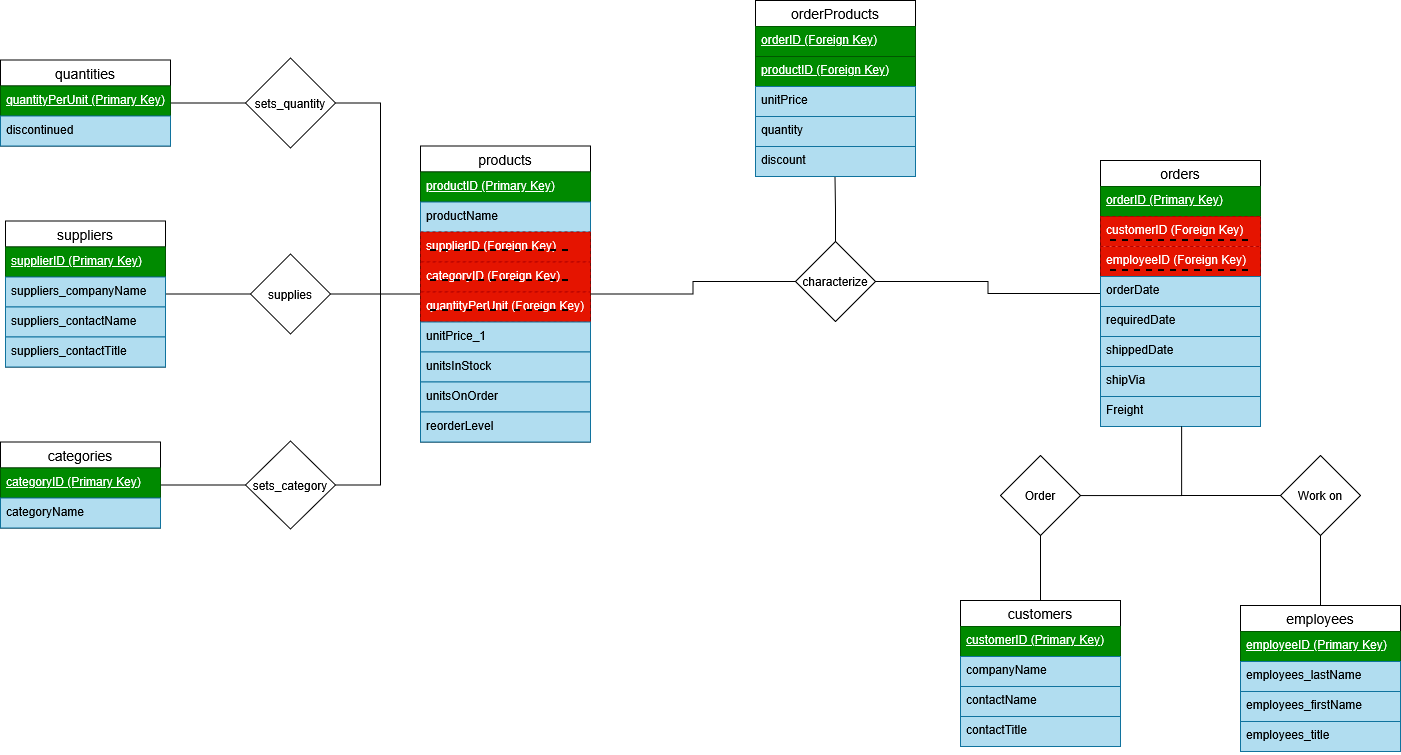
This is db_ERDiagram (Phase 3).png from PedroMarcetFIT/CSE4020-Final-Project, a draw.io export, as it was before one commit. Source tidied: cells renumbered, new cells last; positions are measured from the earlier drawing's top-left corner, leaving out a move shared by most shapes.
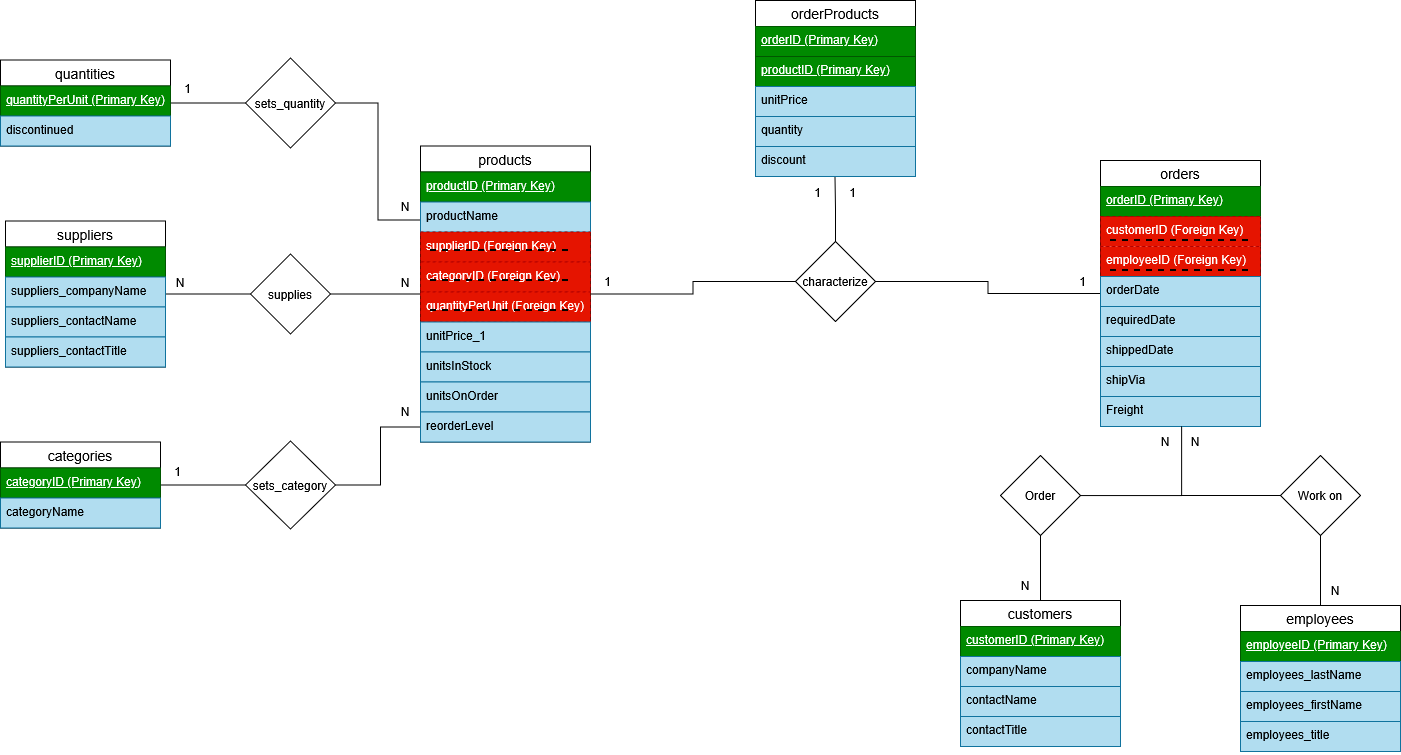
After the change.

Commit message:
Fixed ER Diagram typo and added cardinalities

What changed in the source:
```diff
@@ -5,10 +5,10 @@
     <mxCell id="2" value="orderProducts" style="swimlane;fontStyle=0;horizontal=1;startSize=26;align=center;fontSize=14;" parent="1" vertex="1">
       <mxGeometry x="755" width="160" height="176" as="geometry" />
     </mxCell>
-    <mxCell id="3" value="orderID (Foreign Key)" style="text;spacingLeft=4;spacingRight=4;overflow=hidden;fontSize=12;whiteSpace=wrap;html=1;fillColor=#008a00;fontColor=#ffffff;strokeColor=#005700;fontStyle=4;" parent="2" vertex="1">
+    <mxCell id="3" value="orderID (Primary Key)" style="text;spacingLeft=4;spacingRight=4;overflow=hidden;fontSize=12;whiteSpace=wrap;html=1;fillColor=#008a00;fontColor=#ffffff;strokeColor=#005700;fontStyle=4;" parent="2" vertex="1">
       <mxGeometry y="26" width="160" height="30" as="geometry" />
     </mxCell>
-    <mxCell id="4" value="productID (Foreign Key)" style="text;strokeColor=#005700;fillColor=#008a00;spacingLeft=4;spacingRight=4;overflow=hidden;fontSize=12;whiteSpace=wrap;html=1;fontColor=#ffffff;fontStyle=4;" parent="2" vertex="1">
+    <mxCell id="4" value="productID (Primary Key)" style="text;strokeColor=#005700;fillColor=#008a00;spacingLeft=4;spacingRight=4;overflow=hidden;fontSize=12;whiteSpace=wrap;html=1;fontColor=#ffffff;fontStyle=4;" parent="2" vertex="1">
       <mxGeometry y="56" width="160" height="30" as="geometry" />
     </mxCell>
     <mxCell id="5" value="unitPrice" style="text;fillColor=light-dark(#B1DDF0,#FFFFFF);spacingLeft=4;spacingRight=4;overflow=hidden;fontSize=12;whiteSpace=wrap;html=1;strokeColor=#10739e;fontColor=light-dark(#000000,#000000);" parent="2" vertex="1">
@@ -214,10 +214,8 @@
     <mxCell id="66" value="Work on" style="rhombus;whiteSpace=wrap;html=1;fillColor=light-dark(#FFFFFF,#FFFFFF);fontColor=light-dark(#000000,#000000);" parent="1" vertex="1">
       <mxGeometry x="1280" y="455" width="80" height="80" as="geometry" />
     </mxCell>
-    <mxCell id="67" style="edgeStyle=orthogonalEdgeStyle;rounded=0;jettySize=auto;html=1;endArrow=none;endFill=0;" parent="1" edge="1" source="68">
-      <mxGeometry relative="1" as="geometry">
-        <mxPoint x="380" y="295.5" as="targetPoint" />
-      </mxGeometry>
+    <mxCell id="67" style="edgeStyle=orthogonalEdgeStyle;rounded=0;jettySize=auto;html=1;endArrow=none;endFill=0;entryX=0;entryY=0.25;entryDx=0;entryDy=0;" parent="1" edge="1" source="68" target="34">
+      <mxGeometry relative="1" as="geometry" />
     </mxCell>
     <mxCell id="68" value="sets_quantity" style="rhombus;whiteSpace=wrap;html=1;fillColor=light-dark(#FFFFFF,#FFFFFF);fontColor=light-dark(#000000,#000000);" parent="1" vertex="1">
       <mxGeometry x="245" y="57.5" width="90" height="90" as="geometry" />
@@ -225,13 +223,58 @@
     <mxCell id="69" value="supplies" style="rhombus;whiteSpace=wrap;html=1;fillColor=light-dark(#FFFFFF,#FFFFFF);fontColor=light-dark(#000000,#000000);" parent="1" vertex="1">
       <mxGeometry x="250" y="253.5" width="80" height="80" as="geometry" />
     </mxCell>
-    <mxCell id="70" style="edgeStyle=orthogonalEdgeStyle;rounded=0;jettySize=auto;html=1;endArrow=none;endFill=0;" parent="1" edge="1" source="71">
-      <mxGeometry relative="1" as="geometry">
-        <mxPoint x="380" y="295.5" as="targetPoint" />
-      </mxGeometry>
-    </mxCell>
+    <mxCell id="72" style="edgeStyle=orthogonalEdgeStyle;rounded=0;jettySize=auto;html=1;entryX=0;entryY=0.5;entryDx=0;entryDy=0;endArrow=none;endFill=0;" parent="1" edge="1" source="71" target="46">
+      <mxGeometry relative="1" as="geometry">
+        <Array as="points">
+          <mxPoint x="380" y="484" />
+          <mxPoint x="380" y="426" />
+        </Array>
+      </mxGeometry>
+    </mxCell>
     <mxCell id="71" value="sets_category" style="rhombus;whiteSpace=wrap;html=1;fillColor=light-dark(#FFFFFF,#FFFFFF);fontColor=light-dark(#000000,#000000);" parent="1" vertex="1">
       <mxGeometry x="245" y="440.5" width="90" height="88" as="geometry" />
     </mxCell>
+    <mxCell id="73" value="1" style="text;html=1;whiteSpace=wrap;strokeColor=none;fillColor=none;align=center;verticalAlign=middle;rounded=0;" parent="1" vertex="1">
+      <mxGeometry x="590" y="265" width="35" height="32" as="geometry" />
+    </mxCell>
+    <mxCell id="74" value="N" style="text;html=1;whiteSpace=wrap;strokeColor=none;fillColor=none;align=center;verticalAlign=middle;rounded=0;" parent="1" vertex="1">
+      <mxGeometry x="1010" y="570" width="30" height="30" as="geometry" />
+    </mxCell>
+    <mxCell id="75" value="N" style="text;html=1;whiteSpace=wrap;strokeColor=none;fillColor=none;align=center;verticalAlign=middle;rounded=0;" parent="1" vertex="1">
+      <mxGeometry x="1150" y="426" width="30" height="30" as="geometry" />
+    </mxCell>
+    <mxCell id="76" value="N" style="text;html=1;whiteSpace=wrap;strokeColor=none;fillColor=none;align=center;verticalAlign=middle;rounded=0;" parent="1" vertex="1">
+      <mxGeometry x="1320" y="575" width="30" height="30" as="geometry" />
+    </mxCell>
+    <mxCell id="77" value="N" style="text;html=1;whiteSpace=wrap;strokeColor=none;fillColor=none;align=center;verticalAlign=middle;rounded=0;" parent="1" vertex="1">
+      <mxGeometry x="1180" y="426" width="30" height="30" as="geometry" />
+    </mxCell>
+    <mxCell id="78" value="1" style="text;html=1;whiteSpace=wrap;strokeColor=none;fillColor=none;align=center;verticalAlign=middle;rounded=0;" parent="1" vertex="1">
+      <mxGeometry x="1065" y="265" width="35" height="32" as="geometry" />
+    </mxCell>
+    <mxCell id="79" value="1" style="text;html=1;whiteSpace=wrap;strokeColor=none;fillColor=none;align=center;verticalAlign=middle;rounded=0;" parent="1" vertex="1">
+      <mxGeometry x="800" y="176" width="35" height="32" as="geometry" />
+    </mxCell>
+    <mxCell id="80" value="1" style="text;html=1;whiteSpace=wrap;strokeColor=none;fillColor=none;align=center;verticalAlign=middle;rounded=0;" parent="1" vertex="1">
+      <mxGeometry x="835" y="176" width="35" height="32" as="geometry" />
+    </mxCell>
+    <mxCell id="81" value="N" style="text;html=1;whiteSpace=wrap;strokeColor=none;fillColor=none;align=center;verticalAlign=middle;rounded=0;" parent="1" vertex="1">
+      <mxGeometry x="165" y="267" width="30" height="30" as="geometry" />
+    </mxCell>
+    <mxCell id="82" value="N" style="text;html=1;whiteSpace=wrap;strokeColor=none;fillColor=none;align=center;verticalAlign=middle;rounded=0;" parent="1" vertex="1">
+      <mxGeometry x="390" y="267" width="30" height="30" as="geometry" />
+    </mxCell>
+    <mxCell id="83" value="N" style="text;html=1;whiteSpace=wrap;strokeColor=none;fillColor=none;align=center;verticalAlign=middle;rounded=0;" parent="1" vertex="1">
+      <mxGeometry x="390" y="396" width="30" height="30" as="geometry" />
+    </mxCell>
+    <mxCell id="84" value="1" style="text;html=1;whiteSpace=wrap;strokeColor=none;fillColor=none;align=center;verticalAlign=middle;rounded=0;" parent="1" vertex="1">
+      <mxGeometry x="160" y="455" width="35" height="32" as="geometry" />
+    </mxCell>
+    <mxCell id="85" value="1" style="text;html=1;whiteSpace=wrap;strokeColor=none;fillColor=none;align=center;verticalAlign=middle;rounded=0;" parent="1" vertex="1">
+      <mxGeometry x="170" y="72" width="35" height="32" as="geometry" />
+    </mxCell>
+    <mxCell id="86" value="N" style="text;html=1;whiteSpace=wrap;strokeColor=none;fillColor=none;align=center;verticalAlign=middle;rounded=0;" parent="1" vertex="1">
+      <mxGeometry x="390" y="190.5" width="30" height="30" as="geometry" />
+    </mxCell>
   </root>
 </mxGraphModel>
```
